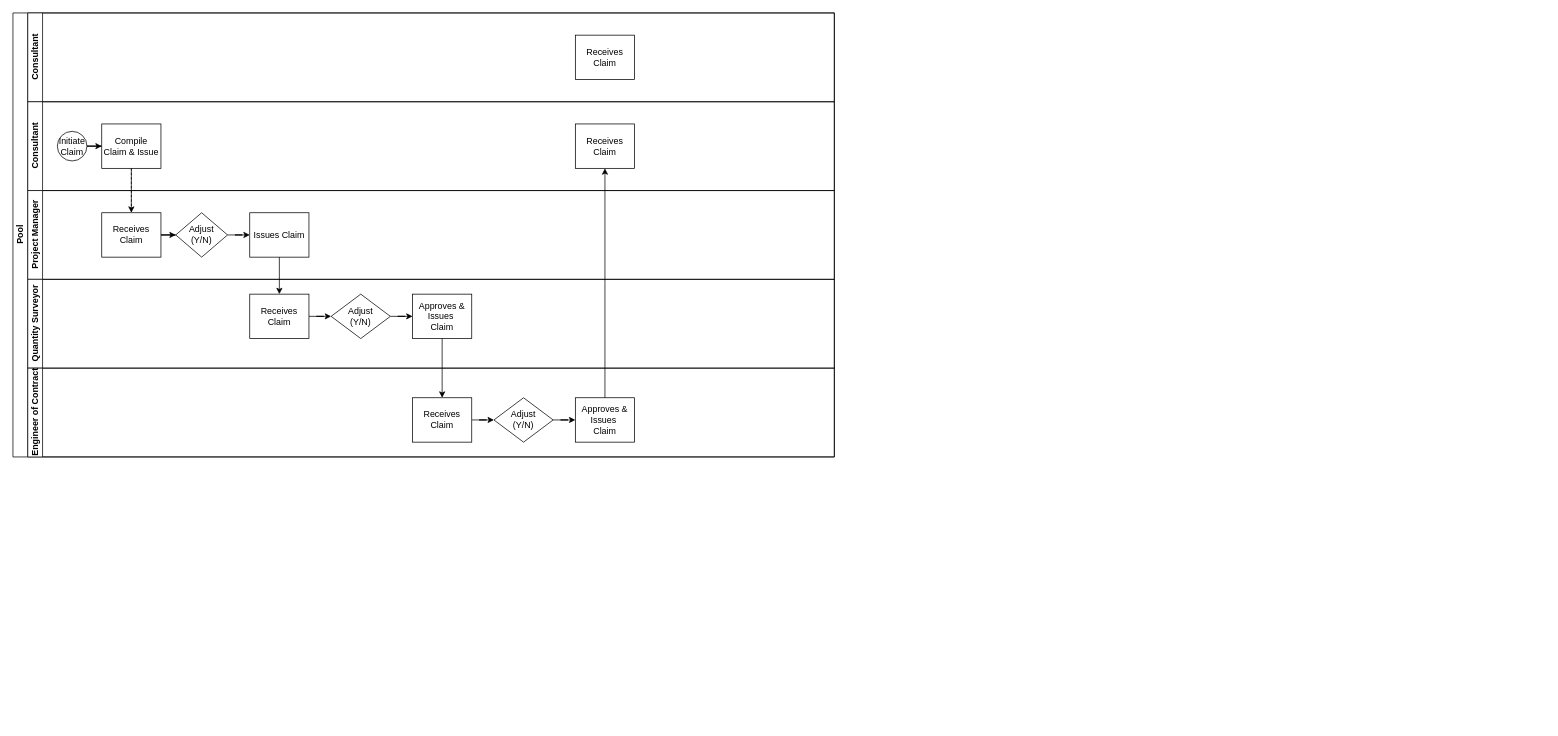
Above: Untitled Diagram.drawio in RichardHFerris/teststory (draw.io), before the change. Source tidied: cells renumbered, new cells numbered last; positions are measured from the earlier drawing's top-left corner, leaving out a move shared by most shapes. Both pictures are drawn from the tidied source at 74%, with x=0, y=0 at pixel (13, 13).
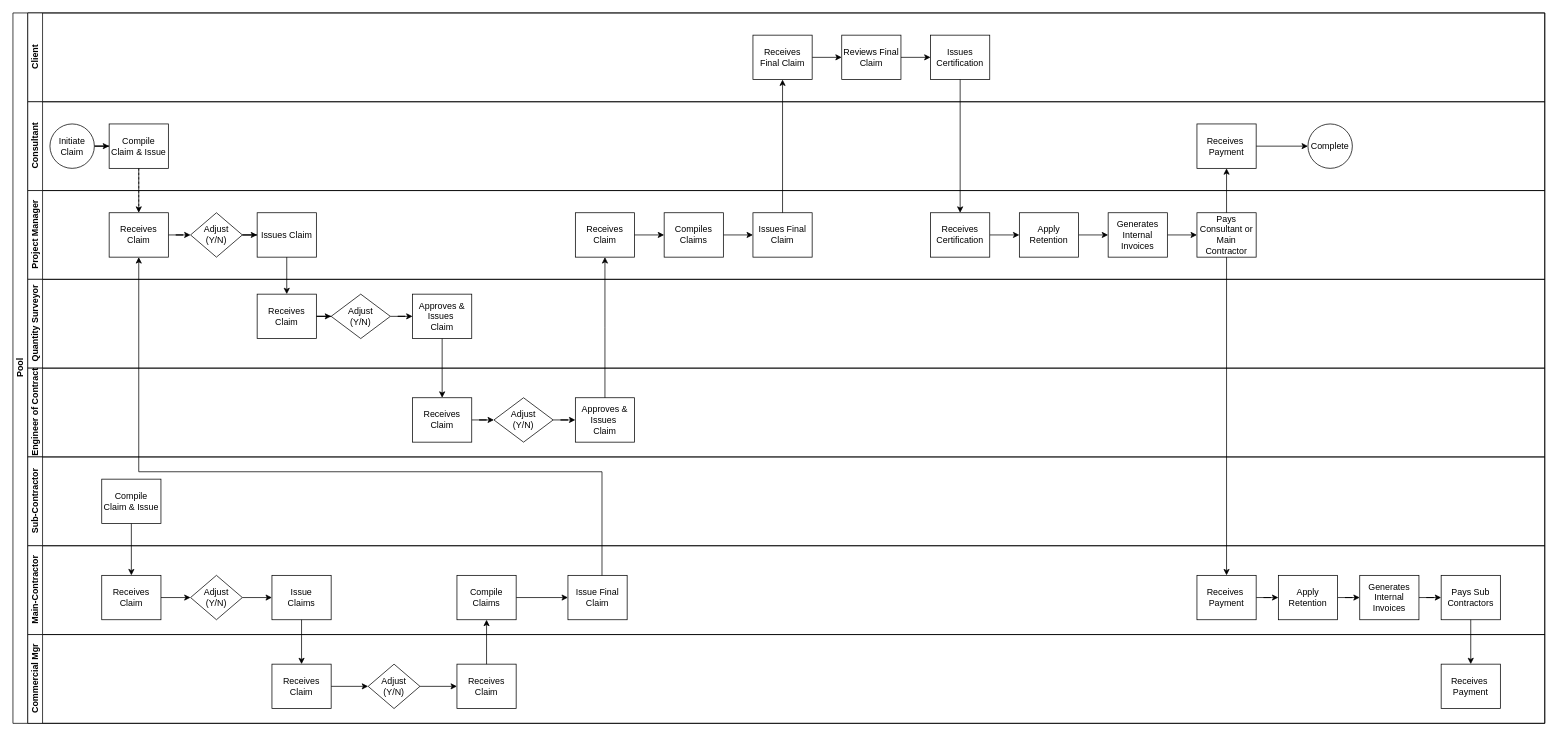
After the change.

Commit message:
PayLab Process Diagrams.drawio

The change refers to these unchanged cells:
```xml
<mxCell id="28" value="Approves &amp;amp; Issues&amp;nbsp;&lt;br&gt;Claim" style="rounded=0;whiteSpace=wrap;html=1;fontFamily=Helvetica;fontSize=12;fontColor=#000000;align=center;" parent="23" vertex="1">
  <mxGeometry x="740" y="40" width="80" height="60" as="geometry" />
</mxCell>
```

What changed in the source:
```diff
@@
     <mxCell id="2" value="Pool" style="swimlane;html=1;horizontal=0;startSize=20;" parent="1" vertex="1">
-      <mxGeometry width="1110" height="600" as="geometry" />
+      <mxGeometry width="2070" height="960" as="geometry" />
     </mxCell>
@@
-    <mxCell id="4" value="Consultant" style="swimlane;html=1;startSize=20;horizontal=0;" parent="2" vertex="1">
-      <mxGeometry x="20" width="1090" height="120" as="geometry" />
+    <mxCell id="4" value="Client" style="swimlane;html=1;startSize=20;horizontal=0;" parent="2" vertex="1">
+      <mxGeometry x="20" width="2050" height="120" as="geometry" />
     </mxCell>
-    <mxCell id="5" value="Receives&lt;br&gt;Claim" style="whiteSpace=wrap;html=1;rounded=0;fontColor=#000000;" parent="4" vertex="1">
-      <mxGeometry x="740" y="30" width="80" height="60" as="geometry" />
-    </mxCell>
+    <mxCell id="33" style="edgeStyle=orthogonalEdgeStyle;rounded=0;jettySize=auto;html=1;" parent="4" edge="1" source="34" target="36">
+      <mxGeometry relative="1" as="geometry" />
+    </mxCell>
+    <mxCell id="34" value="Receives Final Claim" style="whiteSpace=wrap;html=1;rounded=0;fontColor=#000000;" parent="4" vertex="1">
+      <mxGeometry x="980" y="30" width="80" height="60" as="geometry" />
+    </mxCell>
+    <mxCell id="35" style="edgeStyle=orthogonalEdgeStyle;rounded=0;jettySize=auto;html=1;" parent="4" edge="1" source="36" target="37">
+      <mxGeometry relative="1" as="geometry" />
+    </mxCell>
+    <mxCell id="36" value="Reviews Final Claim" style="whiteSpace=wrap;html=1;rounded=0;fontColor=#000000;" parent="4" vertex="1">
+      <mxGeometry x="1100" y="30" width="80" height="60" as="geometry" />
+    </mxCell>
+    <mxCell id="37" value="Issues Certification" style="whiteSpace=wrap;html=1;rounded=0;fontColor=#000000;" parent="4" vertex="1">
+      <mxGeometry x="1220" y="30" width="80" height="60" as="geometry" />
+    </mxCell>
     <mxCell id="6" value="Consultant" style="swimlane;html=1;startSize=20;horizontal=0;" parent="2" vertex="1">
-      <mxGeometry x="20" y="120" width="1090" height="120" as="geometry" />
+      <mxGeometry x="20" y="120" width="2050" height="120" as="geometry" />
     </mxCell>
@@
     <mxCell id="8" value="Initiate&lt;br&gt;Claim" style="ellipse;whiteSpace=wrap;html=1;" parent="6" vertex="1">
-      <mxGeometry x="40" y="40" width="40" height="40" as="geometry" />
+      <mxGeometry x="30" y="30" width="60" height="60" as="geometry" />
     </mxCell>
     <mxCell id="9" value="Compile Claim &amp;amp; Issue" style="rounded=0;whiteSpace=wrap;html=1;fontFamily=Helvetica;fontSize=12;fontColor=#000000;align=center;" parent="6" vertex="1">
-      <mxGeometry x="100" y="30" width="80" height="60" as="geometry" />
+      <mxGeometry x="110" y="30" width="80" height="60" as="geometry" />
     </mxCell>
-    <mxCell id="10" value="Receives&lt;br&gt;Claim" style="whiteSpace=wrap;html=1;rounded=0;fontColor=#000000;" parent="6" vertex="1">
-      <mxGeometry x="740" y="30" width="80" height="60" as="geometry" />
-    </mxCell>
+    <mxCell id="38" style="edgeStyle=orthogonalEdgeStyle;rounded=0;jettySize=auto;html=1;" parent="6" edge="1" source="39" target="40">
+      <mxGeometry relative="1" as="geometry" />
+    </mxCell>
+    <mxCell id="39" value="Receives&amp;nbsp;&lt;br&gt;Payment" style="whiteSpace=wrap;html=1;rounded=0;fontColor=#000000;" parent="6" vertex="1">
+      <mxGeometry x="1580" y="30" width="80" height="60" as="geometry" />
+    </mxCell>
+    <mxCell id="40" value="Complete" style="ellipse;whiteSpace=wrap;html=1;rounded=0;fontColor=#000000;" parent="6" vertex="1">
+      <mxGeometry x="1730" y="30" width="60" height="60" as="geometry" />
+    </mxCell>
     <mxCell id="11" value="Project Manager&lt;br&gt;" style="swimlane;html=1;startSize=20;horizontal=0;" parent="2" vertex="1">
-      <mxGeometry x="20" y="240" width="1090" height="120" as="geometry" />
+      <mxGeometry x="20" y="240" width="2050" height="120" as="geometry" />
     </mxCell>
@@
     <mxCell id="13" value="Receives&lt;br&gt;Claim" style="rounded=0;whiteSpace=wrap;html=1;fontFamily=Helvetica;fontSize=12;fontColor=#000000;align=center;" parent="11" vertex="1">
-      <mxGeometry x="100" y="30" width="80" height="60" as="geometry" />
+      <mxGeometry x="110" y="30" width="80" height="60" as="geometry" />
     </mxCell>
@@
     <mxCell id="15" value="Adjust&lt;br&gt;(Y/N)" style="rhombus;whiteSpace=wrap;html=1;fontFamily=Helvetica;fontSize=12;fontColor=#000000;align=center;" parent="11" vertex="1">
-      <mxGeometry x="200" y="30" width="70" height="60" as="geometry" />
+      <mxGeometry x="220" y="30" width="70" height="60" as="geometry" />
     </mxCell>
     <mxCell id="16" value="Issues Claim" style="whiteSpace=wrap;html=1;fontColor=#000000;" parent="11" vertex="1">
-      <mxGeometry x="300" y="30" width="80" height="60" as="geometry" />
+      <mxGeometry x="310" y="30" width="80" height="60" as="geometry" />
     </mxCell>
+    <mxCell id="10" value="Receives&lt;br&gt;Claim" style="whiteSpace=wrap;html=1;rounded=0;fontColor=#000000;" parent="11" vertex="1">
+      <mxGeometry x="740" y="30" width="80" height="60" as="geometry" />
+    </mxCell>
+    <mxCell id="41" style="edgeStyle=orthogonalEdgeStyle;rounded=0;jettySize=auto;html=1;" parent="11" edge="1" source="42" target="44">
+      <mxGeometry relative="1" as="geometry" />
+    </mxCell>
+    <mxCell id="42" value="Compiles Claims" style="whiteSpace=wrap;html=1;rounded=0;fontColor=#000000;" parent="11" vertex="1">
+      <mxGeometry x="860" y="30" width="80" height="60" as="geometry" />
+    </mxCell>
+    <mxCell id="43" style="edgeStyle=orthogonalEdgeStyle;rounded=0;jettySize=auto;html=1;" parent="11" edge="1" source="10" target="42">
+      <mxGeometry relative="1" as="geometry" />
+    </mxCell>
+    <mxCell id="44" value="Issues Final Claim" style="whiteSpace=wrap;html=1;rounded=0;fontColor=#000000;" parent="11" vertex="1">
+      <mxGeometry x="980" y="30" width="80" height="60" as="geometry" />
+    </mxCell>
+    <mxCell id="45" style="edgeStyle=orthogonalEdgeStyle;rounded=0;jettySize=auto;html=1;" parent="11" edge="1" source="46" target="48">
+      <mxGeometry relative="1" as="geometry" />
+    </mxCell>
+    <mxCell id="46" value="Receives Certification" style="rounded=0;whiteSpace=wrap;html=1;fontColor=#000000;" parent="11" vertex="1">
+      <mxGeometry x="1220" y="30" width="80" height="60" as="geometry" />
+    </mxCell>
+    <mxCell id="47" style="edgeStyle=orthogonalEdgeStyle;rounded=0;jettySize=auto;html=1;entryX=0;entryY=0.5;entryDx=0;entryDy=0;" parent="11" edge="1" source="48" target="51">
+      <mxGeometry relative="1" as="geometry" />
+    </mxCell>
+    <mxCell id="48" value="Apply Retention" style="whiteSpace=wrap;html=1;rounded=0;fontColor=#000000;" parent="11" vertex="1">
+      <mxGeometry x="1340" y="30" width="80" height="60" as="geometry" />
+    </mxCell>
+    <mxCell id="49" value="Pays&lt;br&gt;Consultant or Main Contractor" style="whiteSpace=wrap;html=1;rounded=0;fontColor=#000000;" parent="11" vertex="1">
+      <mxGeometry x="1580" y="30" width="80" height="60" as="geometry" />
+    </mxCell>
+    <mxCell id="50" style="edgeStyle=orthogonalEdgeStyle;rounded=0;jettySize=auto;html=1;" parent="11" edge="1" source="51" target="49">
+      <mxGeometry relative="1" as="geometry" />
+    </mxCell>
+    <mxCell id="51" value="Generates&lt;br&gt;Internal Invoices" style="whiteSpace=wrap;html=1;rounded=0;fontColor=#000000;" parent="11" vertex="1">
+      <mxGeometry x="1460" y="30" width="80" height="60" as="geometry" />
+    </mxCell>
     <mxCell id="17" value="Quantity Surveyor" style="swimlane;html=1;startSize=20;horizontal=0;" parent="2" vertex="1">
-      <mxGeometry x="20" y="360" width="1090" height="120" as="geometry" />
+      <mxGeometry x="20" y="360" width="2050" height="120" as="geometry" />
     </mxCell>
@@
     <mxCell id="19" value="Receives Claim" style="rounded=0;whiteSpace=wrap;html=1;fontFamily=Helvetica;fontSize=12;fontColor=#000000;align=center;" parent="17" vertex="1">
-      <mxGeometry x="300" y="20" width="80" height="60" as="geometry" />
+      <mxGeometry x="310" y="20" width="80" height="60" as="geometry" />
     </mxCell>
@@
     <mxCell id="23" value="Engineer of Contract" style="swimlane;html=1;startSize=20;horizontal=0;" parent="2" vertex="1">
-      <mxGeometry x="20" y="480" width="1090" height="120" as="geometry" />
+      <mxGeometry x="20" y="480" width="2050" height="120" as="geometry" />
     </mxCell>
@@
+    <mxCell id="52" value="Sub-Contractor" style="swimlane;html=1;startSize=20;horizontal=0;" parent="2" vertex="1">
+      <mxGeometry x="20" y="600" width="2050" height="120" as="geometry" />
+    </mxCell>
+    <mxCell id="53" value="Compile Claim &amp;amp; Issue" style="rounded=0;whiteSpace=wrap;html=1;fontFamily=Helvetica;fontSize=12;fontColor=#000000;align=center;" parent="52" vertex="1">
+      <mxGeometry x="100" y="30" width="80" height="60" as="geometry" />
+    </mxCell>
+    <mxCell id="54" value="Main-Contractor" style="swimlane;html=1;startSize=20;horizontal=0;" parent="2" vertex="1">
+      <mxGeometry x="20" y="720" width="2050" height="120" as="geometry" />
+    </mxCell>
+    <mxCell id="55" style="edgeStyle=orthogonalEdgeStyle;rounded=0;jettySize=auto;html=1;" parent="54" edge="1" source="56" target="58">
+      <mxGeometry relative="1" as="geometry" />
+    </mxCell>
+    <mxCell id="56" value="Receives&lt;br&gt;Claim" style="rounded=0;whiteSpace=wrap;html=1;fontFamily=Helvetica;fontSize=12;fontColor=#000000;align=center;" parent="54" vertex="1">
+      <mxGeometry x="100" y="40" width="80" height="60" as="geometry" />
+    </mxCell>
+    <mxCell id="57" style="edgeStyle=orthogonalEdgeStyle;rounded=0;jettySize=auto;html=1;" parent="54" edge="1" source="58" target="62">
+      <mxGeometry relative="1" as="geometry" />
+    </mxCell>
+    <mxCell id="58" value="Adjust&lt;br&gt;(Y/N)" style="rhombus;whiteSpace=wrap;html=1;fontFamily=Helvetica;fontSize=12;fontColor=#000000;align=center;" parent="54" vertex="1">
+      <mxGeometry x="220" y="40" width="70" height="60" as="geometry" />
+    </mxCell>
+    <mxCell id="59" style="edgeStyle=orthogonalEdgeStyle;rounded=0;jettySize=auto;html=1;" parent="54" edge="1" source="60" target="61">
+      <mxGeometry relative="1" as="geometry" />
+    </mxCell>
+    <mxCell id="60" value="Compile&lt;br&gt;Claims" style="rounded=0;whiteSpace=wrap;html=1;fontFamily=Helvetica;fontSize=12;fontColor=#000000;align=center;" parent="54" vertex="1">
+      <mxGeometry x="580" y="40" width="80" height="60" as="geometry" />
+    </mxCell>
+    <mxCell id="61" value="Issue Final&lt;br&gt;Claim" style="rounded=0;whiteSpace=wrap;html=1;fontFamily=Helvetica;fontSize=12;fontColor=#000000;align=center;" parent="54" vertex="1">
+      <mxGeometry x="730" y="40" width="80" height="60" as="geometry" />
+    </mxCell>
+    <mxCell id="62" value="Issue&lt;br&gt;Claims" style="rounded=0;whiteSpace=wrap;html=1;fontFamily=Helvetica;fontSize=12;fontColor=#000000;align=center;" parent="54" vertex="1">
+      <mxGeometry x="330" y="40" width="80" height="60" as="geometry" />
+    </mxCell>
+    <mxCell id="63" style="edgeStyle=orthogonalEdgeStyle;rounded=0;jettySize=auto;html=1;startArrow=none;" parent="54" edge="1" source="69" target="67">
+      <mxGeometry relative="1" as="geometry" />
+    </mxCell>
+    <mxCell id="64" style="edgeStyle=orthogonalEdgeStyle;rounded=0;jettySize=auto;html=1;" parent="54" edge="1" source="65" target="69">
+      <mxGeometry relative="1" as="geometry" />
+    </mxCell>
+    <mxCell id="65" value="Receives&amp;nbsp;&lt;br&gt;Payment" style="whiteSpace=wrap;html=1;rounded=0;fontColor=#000000;" parent="54" vertex="1">
+      <mxGeometry x="1580" y="40" width="80" height="60" as="geometry" />
+    </mxCell>
+    <mxCell id="66" style="edgeStyle=orthogonalEdgeStyle;rounded=0;jettySize=auto;html=1;" parent="54" edge="1" source="67" target="68">
+      <mxGeometry relative="1" as="geometry" />
+    </mxCell>
+    <mxCell id="67" value="Generates&lt;br&gt;Internal Invoices" style="whiteSpace=wrap;html=1;rounded=0;fontColor=#000000;" parent="54" vertex="1">
+      <mxGeometry x="1800" y="40" width="80" height="60" as="geometry" />
+    </mxCell>
+    <mxCell id="68" value="Pays Sub&lt;br&gt;Contractors" style="whiteSpace=wrap;html=1;rounded=0;fontColor=#000000;" parent="54" vertex="1">
+      <mxGeometry x="1910" y="40" width="80" height="60" as="geometry" />
+    </mxCell>
+    <mxCell id="69" value="Apply Retention" style="whiteSpace=wrap;html=1;rounded=0;fontColor=#000000;" parent="54" vertex="1">
+      <mxGeometry x="1690" y="40" width="80" height="60" as="geometry" />
+    </mxCell>
+    <mxCell id="70" value="Commercial Mgr" style="swimlane;html=1;startSize=20;horizontal=0;" parent="2" vertex="1">
+      <mxGeometry x="20" y="840" width="2050" height="120" as="geometry" />
+    </mxCell>
+    <mxCell id="71" style="edgeStyle=orthogonalEdgeStyle;rounded=0;jettySize=auto;html=1;" parent="70" edge="1" source="72" target="75">
+      <mxGeometry relative="1" as="geometry" />
+    </mxCell>
+    <mxCell id="72" value="Adjust&lt;br&gt;(Y/N)" style="rhombus;whiteSpace=wrap;html=1;fontFamily=Helvetica;fontSize=12;fontColor=#000000;align=center;" parent="70" vertex="1">
+      <mxGeometry x="460" y="40" width="70" height="60" as="geometry" />
+    </mxCell>
+    <mxCell id="73" style="edgeStyle=orthogonalEdgeStyle;rounded=0;jettySize=auto;html=1;" parent="70" edge="1" source="74" target="72">
+      <mxGeometry relative="1" as="geometry" />
+    </mxCell>
+    <mxCell id="74" value="Receives Claim" style="rounded=0;whiteSpace=wrap;html=1;fontFamily=Helvetica;fontSize=12;fontColor=#000000;align=center;" parent="70" vertex="1">
+      <mxGeometry x="330" y="40" width="80" height="60" as="geometry" />
+    </mxCell>
+    <mxCell id="75" value="Receives Claim" style="rounded=0;whiteSpace=wrap;html=1;fontFamily=Helvetica;fontSize=12;fontColor=#000000;align=center;" parent="70" vertex="1">
+      <mxGeometry x="580" y="40" width="80" height="60" as="geometry" />
+    </mxCell>
+    <mxCell id="76" value="Receives&amp;nbsp;&lt;br&gt;Payment" style="whiteSpace=wrap;html=1;rounded=0;fontColor=#000000;" parent="70" vertex="1">
+      <mxGeometry x="1910" y="40" width="80" height="60" as="geometry" />
+    </mxCell>
@@
     <mxCell id="31" style="edgeStyle=orthogonalEdgeStyle;rounded=0;jettySize=auto;html=1;exitX=0.5;exitY=0;exitDx=0;exitDy=0;" parent="2" edge="1" source="28">
       <mxGeometry relative="1" as="geometry">
-        <mxPoint x="800" y="210" as="targetPoint" />
+        <mxPoint x="800" y="330" as="targetPoint" />
       </mxGeometry>
     </mxCell>
@@
+    <mxCell id="77" style="edgeStyle=orthogonalEdgeStyle;rounded=0;jettySize=auto;html=1;" parent="2" edge="1" source="44" target="34">
+      <mxGeometry relative="1" as="geometry" />
+    </mxCell>
+    <mxCell id="78" style="edgeStyle=orthogonalEdgeStyle;rounded=0;jettySize=auto;html=1;" parent="2" edge="1" source="37" target="46">
+      <mxGeometry relative="1" as="geometry" />
+    </mxCell>
+    <mxCell id="79" style="edgeStyle=orthogonalEdgeStyle;rounded=0;jettySize=auto;html=1;" parent="2" edge="1" source="49" target="39">
+      <mxGeometry relative="1" as="geometry" />
+    </mxCell>
+    <mxCell id="80" style="edgeStyle=orthogonalEdgeStyle;rounded=0;jettySize=auto;html=1;" parent="2" edge="1" source="53" target="56">
+      <mxGeometry relative="1" as="geometry" />
+    </mxCell>
+    <mxCell id="81" style="edgeStyle=orthogonalEdgeStyle;rounded=0;jettySize=auto;html=1;entryX=0.5;entryY=1;entryDx=0;entryDy=0;exitX=0.575;exitY=0.003;exitDx=0;exitDy=0;exitPerimeter=0;" parent="2" edge="1" source="61" target="13">
+      <mxGeometry relative="1" as="geometry">
+        <Array as="points">
+          <mxPoint x="796" y="620" />
+          <mxPoint x="170" y="620" />
+        </Array>
+      </mxGeometry>
+    </mxCell>
+    <mxCell id="82" style="edgeStyle=orthogonalEdgeStyle;rounded=0;jettySize=auto;html=1;" parent="2" edge="1" source="62" target="74">
+      <mxGeometry relative="1" as="geometry" />
+    </mxCell>
+    <mxCell id="83" style="edgeStyle=orthogonalEdgeStyle;rounded=0;jettySize=auto;html=1;" parent="2" edge="1" source="75" target="60">
+      <mxGeometry relative="1" as="geometry" />
+    </mxCell>
+    <mxCell id="84" style="edgeStyle=orthogonalEdgeStyle;rounded=0;jettySize=auto;html=1;entryX=0.5;entryY=0;entryDx=0;entryDy=0;exitX=0.5;exitY=1;exitDx=0;exitDy=0;" parent="2" edge="1" source="49" target="65">
+      <mxGeometry relative="1" as="geometry" />
+    </mxCell>
+    <mxCell id="85" style="edgeStyle=orthogonalEdgeStyle;rounded=0;jettySize=auto;html=1;exitX=0.5;exitY=1;exitDx=0;exitDy=0;" parent="2" edge="1" source="68" target="76">
+      <mxGeometry relative="1" as="geometry" />
+    </mxCell>
```
